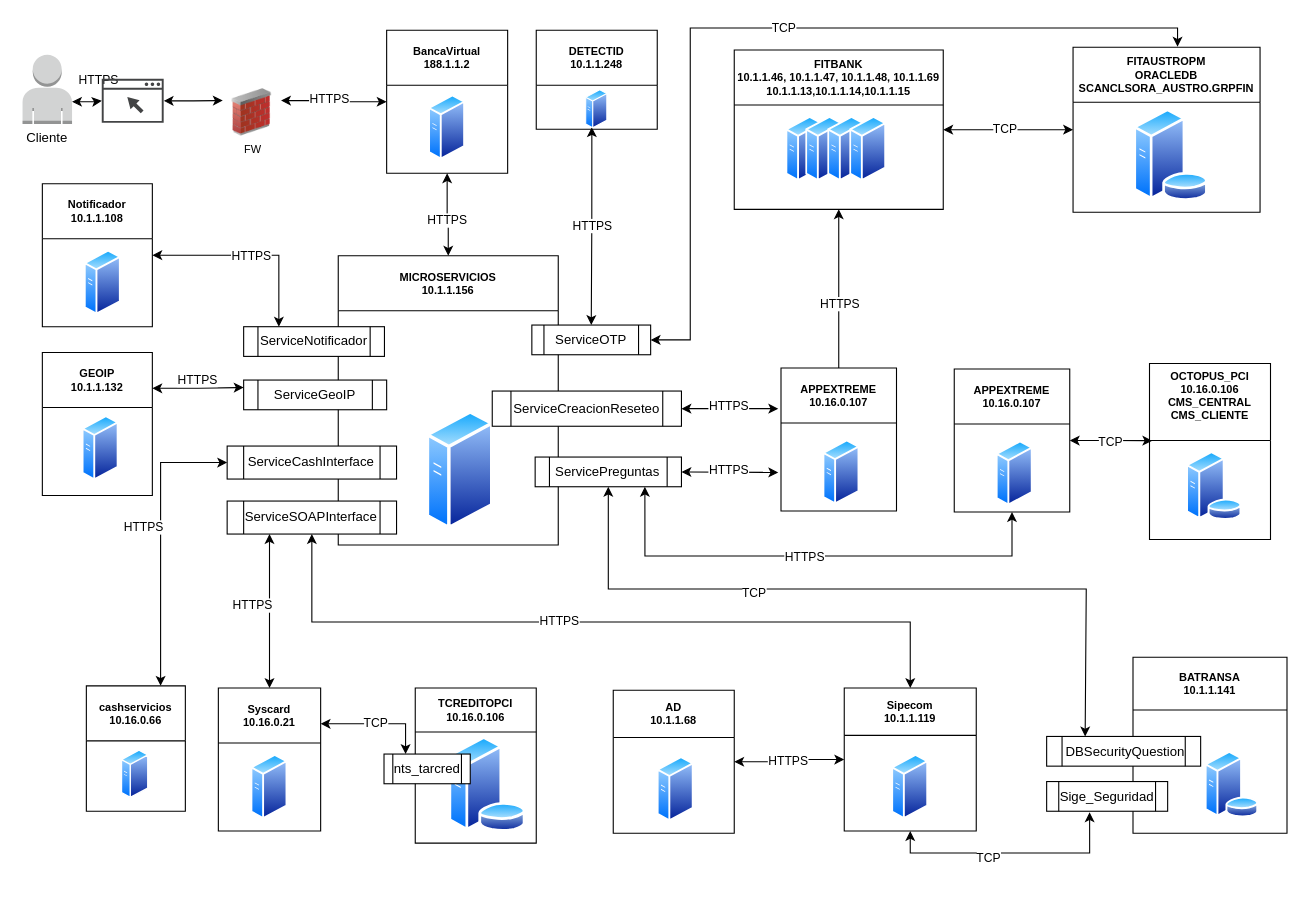
davidguillermofg/Diagrams keeps this draw.io diagram as page "Final Despliegue" (1 of 8) of CreateUsrBVDiagram.drawio. Above is the earlier version. Source tidied: cells renumbered, new cells numbered last; positions are measured from the earlier drawing's top-left corner, leaving out a move shared by most shapes. Both pictures are drawn from the tidied source at 110%, with x=0, y=0 at pixel (19, 28).
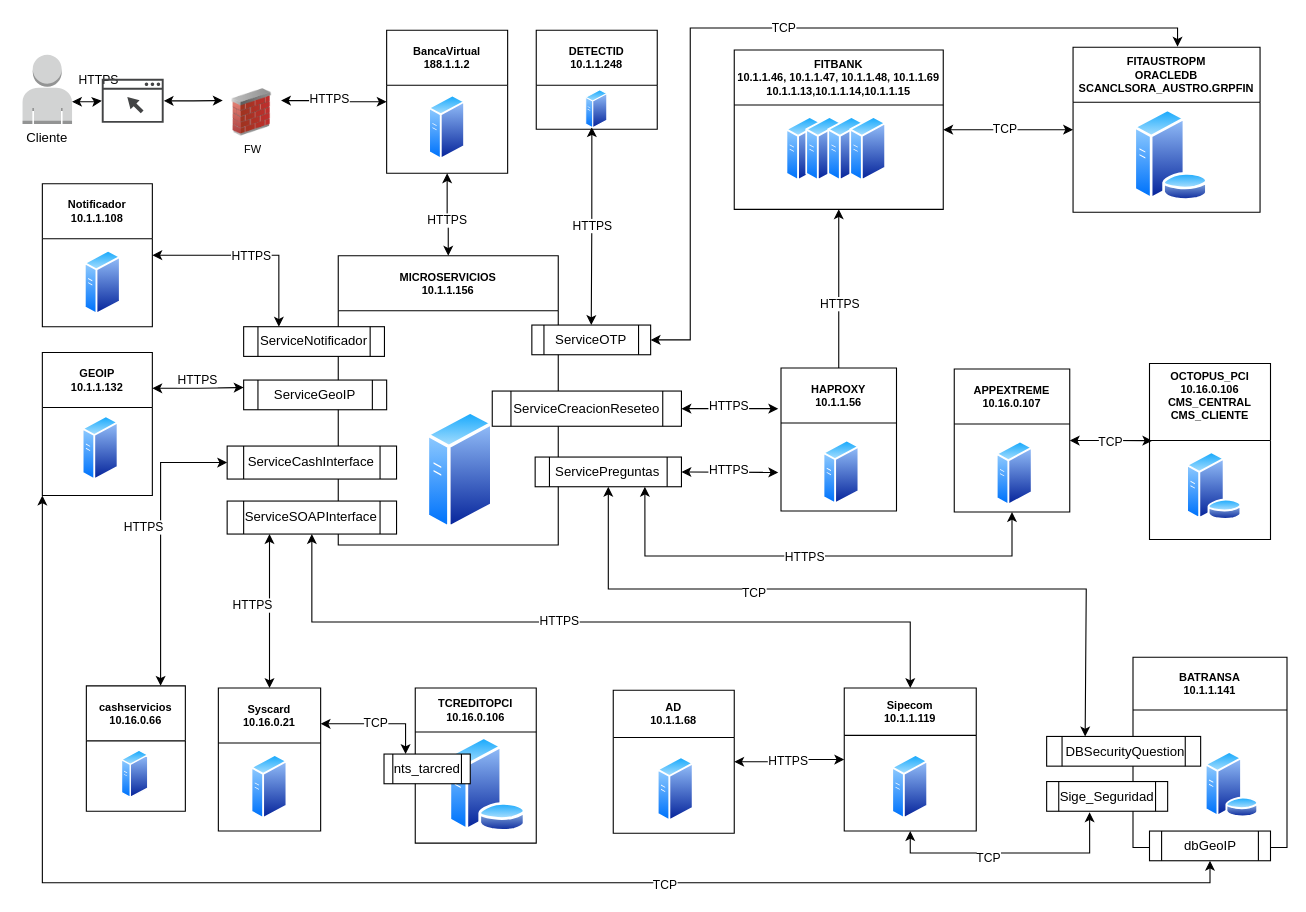
The same diagram, later.

Unchanged cells that the change refers to:
```xml
<mxCell id="46" value="GEOIP&#10;10.1.1.132" style="swimlane;startSize=50;fontSize=10;" parent="1" vertex="1">
  <mxGeometry x="21" y="295" width="100" height="130" as="geometry" />
</mxCell>
```

What changed in the source:
```diff
@@
     <mxCell id="12" value="BATRANSA&#10;10.1.1.141" style="swimlane;startSize=48;fontSize=10;" parent="1" vertex="1">
-      <mxGeometry x="1012.5" y="572" width="140" height="160" as="geometry" />
+      <mxGeometry x="1012.5" y="572" width="140" height="173" as="geometry" />
     </mxCell>
@@
+    <mxCell id="91" value="dbGeoIP" style="shape=process;whiteSpace=wrap;html=1;backgroundOutline=1;" parent="12" vertex="1">
+      <mxGeometry x="15" y="158" width="110" height="27" as="geometry" />
+    </mxCell>
@@
-    <mxCell id="86" value="APPEXTREME&#10;10.16.0.107" style="swimlane;startSize=50;fontSize=10;" parent="1" vertex="1">
+    <mxCell id="86" value="HAPROXY&#10;10.1.1.56" style="swimlane;startSize=50;fontSize=10;" parent="1" vertex="1">
       <mxGeometry x="692.5" y="309" width="105" height="130" as="geometry" />
     </mxCell>
@@
+    <mxCell id="92" style="edgeStyle=orthogonalEdgeStyle;rounded=0;jettySize=auto;html=1;exitX=0.5;exitY=1;exitDx=0;exitDy=0;entryX=0;entryY=1;entryDx=0;entryDy=0;startArrow=classic;startFill=1;" parent="1" edge="1" source="91" target="46">
+      <mxGeometry relative="1" as="geometry" />
+    </mxCell>
+    <mxCell id="93" value="TCP" style="edgeLabel;html=1;align=center;verticalAlign=middle;" parent="92" vertex="1">
+      <mxGeometry x="-0.28" y="1" relative="1" as="geometry" />
+    </mxCell>
```
